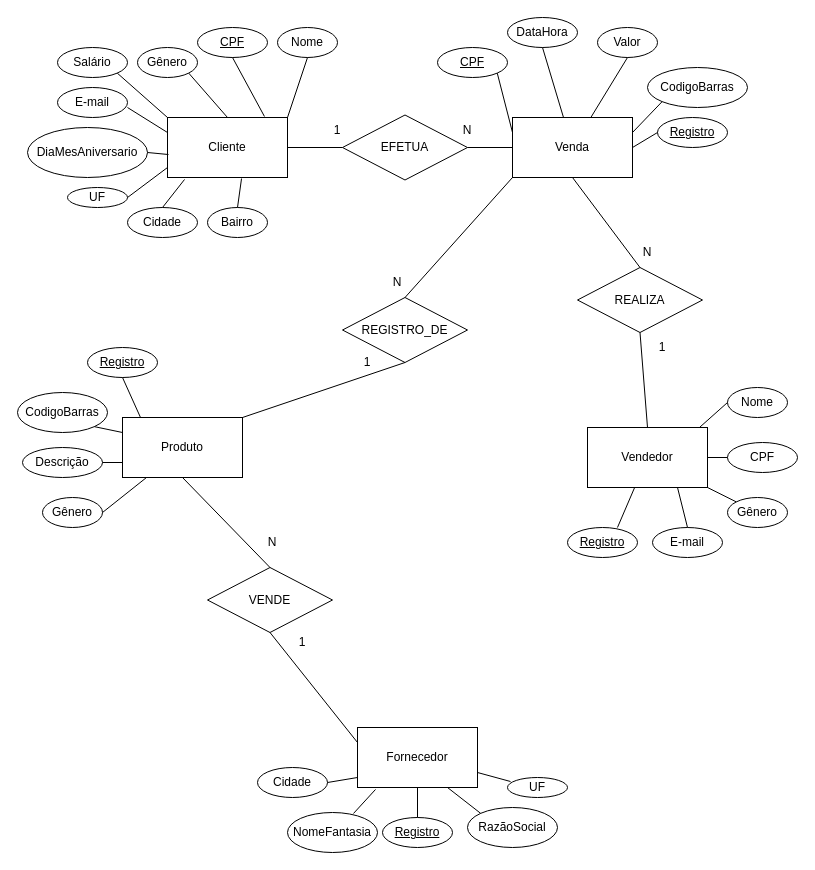
Earlier version of the draw.io diagram Banco_de_Dados_Relacional/diagrama-entidade-relacionamento.drawio (tgoalm/Memorial_PUCRS). Source tidied: cells renumbered, new cells numbered last; positions are measured from the earlier drawing's top-left corner, leaving out a move shared by most shapes. Both pictures are drawn from the tidied source at 100%, with x=0, y=0 at pixel (17, 17).
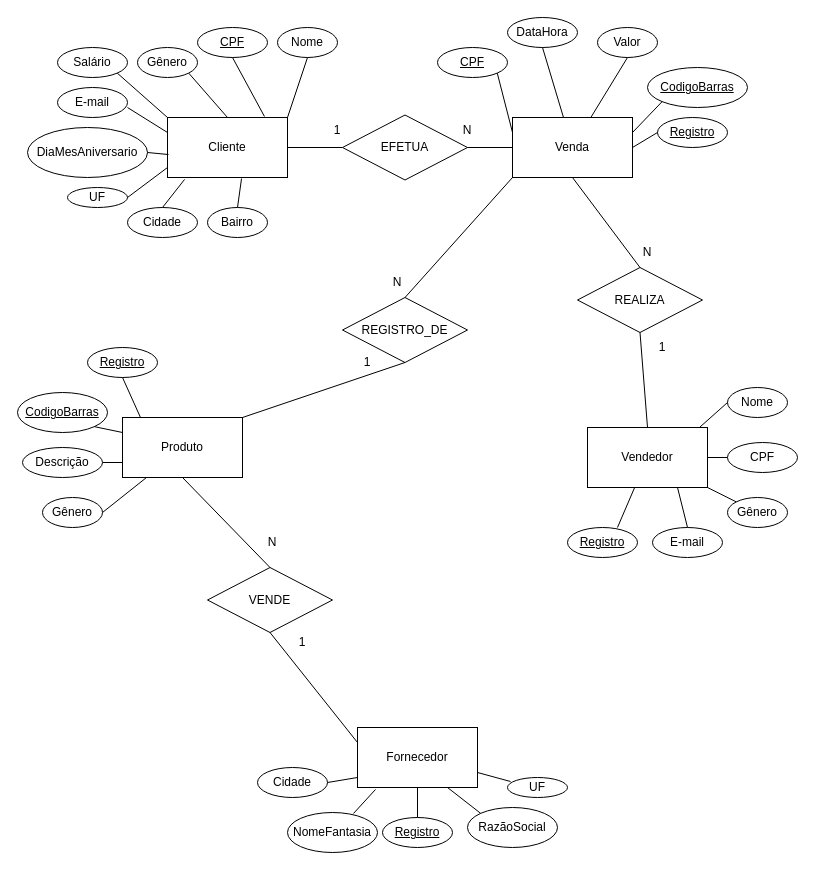
The same diagram, later.

The edit, as a diff of the source:
```diff
@@
-    <mxCell id="25" value="CodigoBarras" style="ellipse;whiteSpace=wrap;html=1;" parent="1" vertex="1">
+    <mxCell id="25" value="&lt;u&gt;CodigoBarras&lt;/u&gt;" style="ellipse;whiteSpace=wrap;html=1;" parent="1" vertex="1">
       <mxGeometry y="375" width="90" height="40" as="geometry" />
     </mxCell>
@@
-    <mxCell id="27" value="CodigoBarras" style="ellipse;whiteSpace=wrap;html=1;" parent="1" vertex="1">
+    <mxCell id="27" value="&lt;u&gt;CodigoBarras&lt;/u&gt;" style="ellipse;whiteSpace=wrap;html=1;" parent="1" vertex="1">
       <mxGeometry x="630" y="50" width="100" height="40" as="geometry" />
     </mxCell>
```
